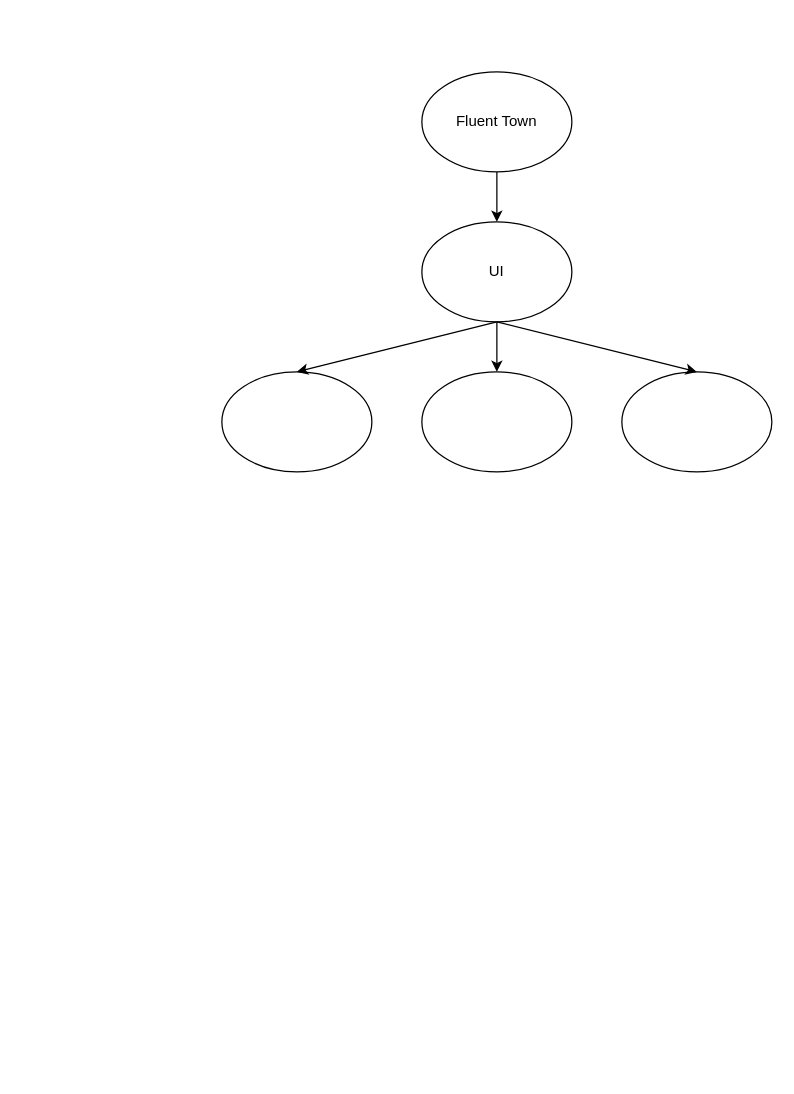
Earlier version of the draw.io diagram Fluent Town Diagram.drawio (abraham-tsang/Flutter-Fluent-Town). Source tidied: cells renumbered, new cells numbered last; positions are measured from the earlier drawing's top-left corner, leaving out a move shared by most shapes. Both pictures are drawn from the tidied source at 125%, with x=0, y=0 at pixel (221, 71).
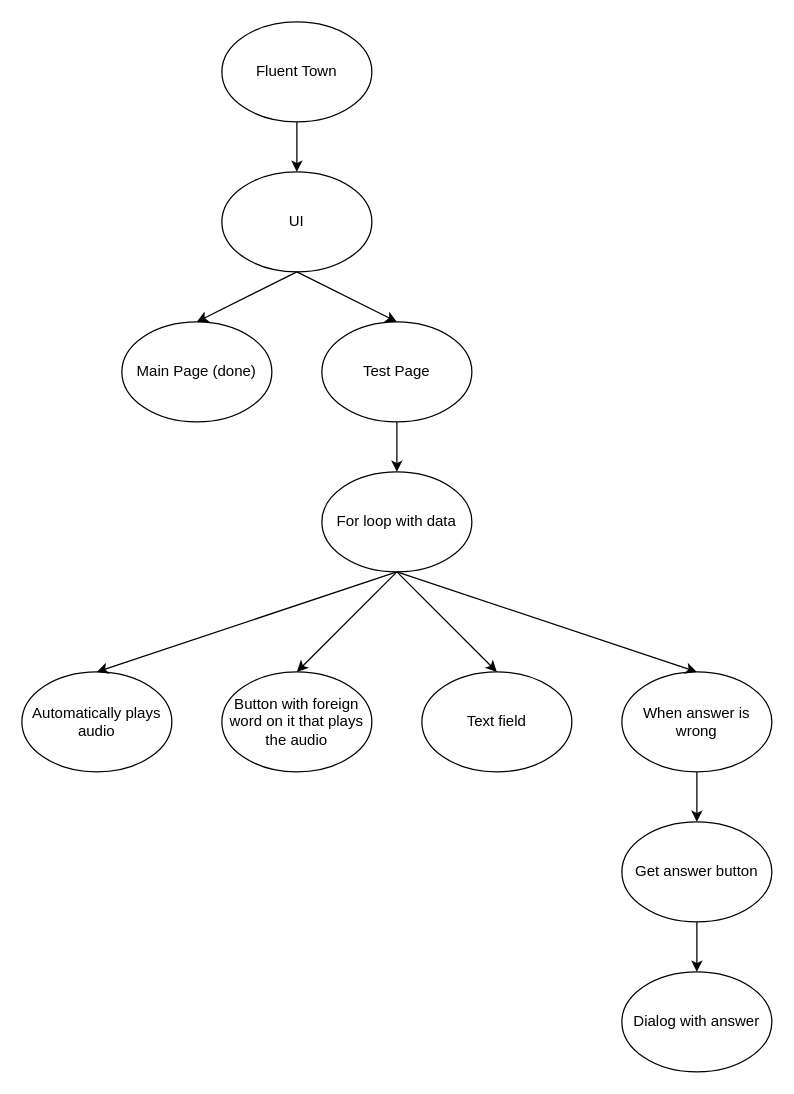
Above is the later version.

Commit message:
completed basic diagram

Change to the diagram source:
```diff
@@
     <mxCell id="2" value="Fluent Town" style="ellipse;whiteSpace=wrap;html=1;" parent="1" vertex="1">
-      <mxGeometry x="160" width="120" height="80" as="geometry" />
+      <mxGeometry y="-40" width="120" height="80" as="geometry" />
     </mxCell>
     <mxCell id="3" value="UI" style="ellipse;whiteSpace=wrap;html=1;" parent="1" vertex="1">
-      <mxGeometry x="160" y="120" width="120" height="80" as="geometry" />
+      <mxGeometry y="80" width="120" height="80" as="geometry" />
     </mxCell>
@@
-    <mxCell id="5" style="ellipse;whiteSpace=wrap;html=1;" parent="1" vertex="1">
-      <mxGeometry y="240" width="120" height="80" as="geometry" />
+    <mxCell id="5" value="Main Page (done)" style="ellipse;whiteSpace=wrap;html=1;" parent="1" vertex="1">
+      <mxGeometry x="-80" y="200" width="120" height="80" as="geometry" />
     </mxCell>
-    <mxCell id="6" style="ellipse;whiteSpace=wrap;html=1;" parent="1" vertex="1">
-      <mxGeometry x="160" y="240" width="120" height="80" as="geometry" />
+    <mxCell id="6" value="Test Page" style="ellipse;whiteSpace=wrap;html=1;" parent="1" vertex="1">
+      <mxGeometry x="80" y="200" width="120" height="80" as="geometry" />
     </mxCell>
-    <mxCell id="7" style="ellipse;whiteSpace=wrap;html=1;" parent="1" vertex="1">
-      <mxGeometry x="320" y="240" width="120" height="80" as="geometry" />
-    </mxCell>
@@
-    <mxCell id="10" style="endArrow=classic;html=1;entryX=0.5;entryY=0;entryDx=0;entryDy=0;exitX=0.5;exitY=1;exitDx=0;exitDy=0;" parent="1" edge="1" source="3" target="7">
-      <mxGeometry relative="1" as="geometry" />
-    </mxCell>
+    <mxCell id="11" value="For loop with data" style="ellipse;whiteSpace=wrap;html=1;" parent="1" vertex="1">
+      <mxGeometry x="80" y="320" width="120" height="80" as="geometry" />
+    </mxCell>
+    <mxCell id="12" style="endArrow=classic;html=1;exitX=0.5;exitY=1;exitDx=0;exitDy=0;entryX=0.5;entryY=0;entryDx=0;entryDy=0;" parent="1" edge="1" source="6" target="11">
+      <mxGeometry relative="1" as="geometry" />
+    </mxCell>
+    <mxCell id="13" value="Button with foreign word on it that plays the audio" style="ellipse;whiteSpace=wrap;html=1;" parent="1" vertex="1">
+      <mxGeometry y="480" width="120" height="80" as="geometry" />
+    </mxCell>
+    <mxCell id="14" style="endArrow=classic;html=1;entryX=0.5;entryY=0;entryDx=0;entryDy=0;" parent="1" edge="1" target="13">
+      <mxGeometry relative="1" as="geometry">
+        <mxPoint x="140" y="400" as="sourcePoint" />
+      </mxGeometry>
+    </mxCell>
+    <mxCell id="15" value="Text field" style="ellipse;whiteSpace=wrap;html=1;" parent="1" vertex="1">
+      <mxGeometry x="160" y="480" width="120" height="80" as="geometry" />
+    </mxCell>
+    <mxCell id="16" style="endArrow=classic;html=1;entryX=0.5;entryY=0;entryDx=0;entryDy=0;exitX=0.5;exitY=1;exitDx=0;exitDy=0;" parent="1" edge="1" source="11" target="15">
+      <mxGeometry relative="1" as="geometry" />
+    </mxCell>
+    <mxCell id="17" value="Automatically plays audio" style="ellipse;whiteSpace=wrap;html=1;" parent="1" vertex="1">
+      <mxGeometry x="-160" y="480" width="120" height="80" as="geometry" />
+    </mxCell>
+    <mxCell id="18" style="endArrow=classic;html=1;entryX=0.5;entryY=0;entryDx=0;entryDy=0;exitX=0.5;exitY=1;exitDx=0;exitDy=0;" parent="1" edge="1" source="11" target="17">
+      <mxGeometry relative="1" as="geometry" />
+    </mxCell>
+    <mxCell id="19" value="Get answer button" style="ellipse;whiteSpace=wrap;html=1;" parent="1" vertex="1">
+      <mxGeometry x="320" y="600" width="120" height="80" as="geometry" />
+    </mxCell>
+    <mxCell id="20" value="Dialog with answer" style="ellipse;whiteSpace=wrap;html=1;" parent="1" vertex="1">
+      <mxGeometry x="320" y="720" width="120" height="80" as="geometry" />
+    </mxCell>
+    <mxCell id="21" value="When answer is wrong" style="ellipse;whiteSpace=wrap;html=1;" parent="1" vertex="1">
+      <mxGeometry x="320" y="480" width="120" height="80" as="geometry" />
+    </mxCell>
+    <mxCell id="22" style="endArrow=classic;html=1;exitX=0.5;exitY=1;exitDx=0;exitDy=0;entryX=0.5;entryY=0;entryDx=0;entryDy=0;" parent="1" edge="1" source="21" target="19">
+      <mxGeometry relative="1" as="geometry" />
+    </mxCell>
+    <mxCell id="23" style="endArrow=classic;html=1;entryX=0.5;entryY=0;entryDx=0;entryDy=0;exitX=0.5;exitY=1;exitDx=0;exitDy=0;" parent="1" edge="1" source="19" target="20">
+      <mxGeometry relative="1" as="geometry" />
+    </mxCell>
+    <mxCell id="24" style="endArrow=classic;html=1;entryX=0.5;entryY=0;entryDx=0;entryDy=0;exitX=0.5;exitY=1;exitDx=0;exitDy=0;" parent="1" edge="1" source="11" target="21">
+      <mxGeometry relative="1" as="geometry" />
+    </mxCell>
```
